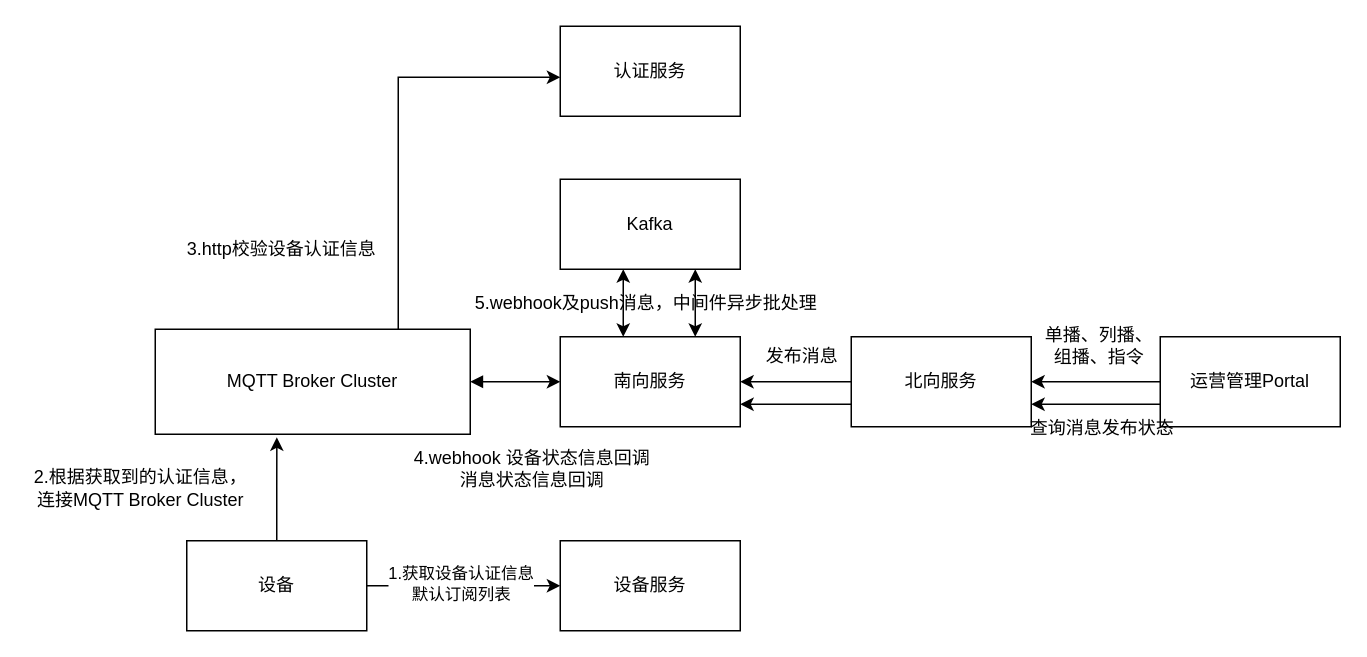
Before: 设备消息解析流程图.drawio in wjwzero/DesignDrawing-, a draw.io diagram. Source tidied: cells renumbered, new cells numbered last; positions are measured from the earlier drawing's top-left corner, leaving out a move shared by most shapes. Both pictures are drawn from the tidied source at 150%, with x=0, y=0 at pixel (26, 26).
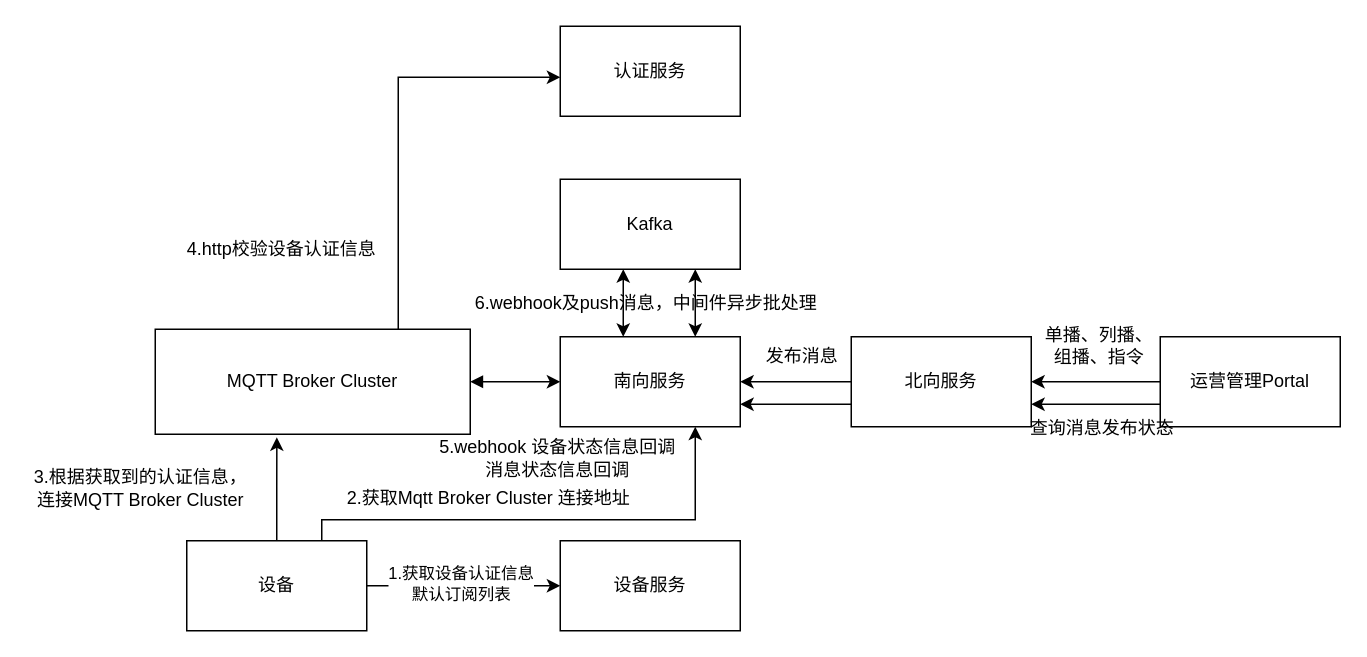
Above is the later version.

Commit message:
更新设备消息解析流程图.drawio

The change refers to these unchanged cells:
```xml
<mxCell id="7" value="南向服务" style="rounded=0;whiteSpace=wrap;html=1;" parent="1" vertex="1">
  <mxGeometry x="356" y="207" width="120" height="60" as="geometry" />
</mxCell>
<mxCell id="11" value="设备" style="rounded=0;whiteSpace=wrap;html=1;" parent="1" vertex="1">
  <mxGeometry x="107" y="343" width="120" height="60" as="geometry" />
</mxCell>
```

The edit, as a diff of the source:
```diff
@@
+    <mxCell id="28" style="edgeStyle=orthogonalEdgeStyle;rounded=0;jettySize=auto;html=1;exitX=0.75;exitY=0;exitDx=0;exitDy=0;entryX=0.75;entryY=1;entryDx=0;entryDy=0;" parent="1" edge="1" source="11" target="7">
+      <mxGeometry relative="1" as="geometry">
+        <Array as="points">
+          <mxPoint x="197" y="329" />
+          <mxPoint x="446" y="329" />
+        </Array>
+      </mxGeometry>
+    </mxCell>
@@
-    <mxCell id="14" value="2.根据获取到的认证信息，&lt;br&gt;连接MQTT Broker Cluster" style="text;html=1;align=center;verticalAlign=middle;" parent="1" vertex="1">
+    <mxCell id="14" value="3.根据获取到的认证信息，&lt;br&gt;连接MQTT Broker Cluster" style="text;html=1;align=center;verticalAlign=middle;" parent="1" vertex="1">
       <mxGeometry y="292" width="152" height="32" as="geometry" />
     </mxCell>
-    <mxCell id="15" value="3.http校验设备认证信息" style="text;html=1;align=center;verticalAlign=middle;" parent="1" vertex="1">
+    <mxCell id="15" value="4.http校验设备认证信息" style="text;html=1;align=center;verticalAlign=middle;" parent="1" vertex="1">
       <mxGeometry x="102" y="140" width="136" height="18" as="geometry" />
     </mxCell>
@@
-    <mxCell id="19" value="4.webhook 设备状态信息回调&lt;br&gt;消息状态信息回调" style="text;html=1;align=center;verticalAlign=middle;" parent="1" vertex="1">
-      <mxGeometry x="253" y="279" width="167" height="32" as="geometry" />
+    <mxCell id="19" value="5.webhook 设备状态信息回调&lt;br&gt;消息状态信息回调" style="text;html=1;align=center;verticalAlign=middle;" parent="1" vertex="1">
+      <mxGeometry x="270" y="272" width="167" height="32" as="geometry" />
     </mxCell>
@@
-    <mxCell id="25" value="5.webhook及push消息，中间件异步批处理" style="text;html=1;align=center;verticalAlign=middle;" parent="1" vertex="1">
+    <mxCell id="25" value="6.webhook及push消息，中间件异步批处理" style="text;html=1;align=center;verticalAlign=middle;" parent="1" vertex="1">
       <mxGeometry x="294" y="176" width="238" height="18" as="geometry" />
     </mxCell>
@@
+    <mxCell id="29" value="2.获取Mqtt Broker Cluster 连接地址" style="text;html=1;align=center;verticalAlign=middle;" parent="1" vertex="1">
+      <mxGeometry x="208" y="306" width="199" height="18" as="geometry" />
+    </mxCell>
```
